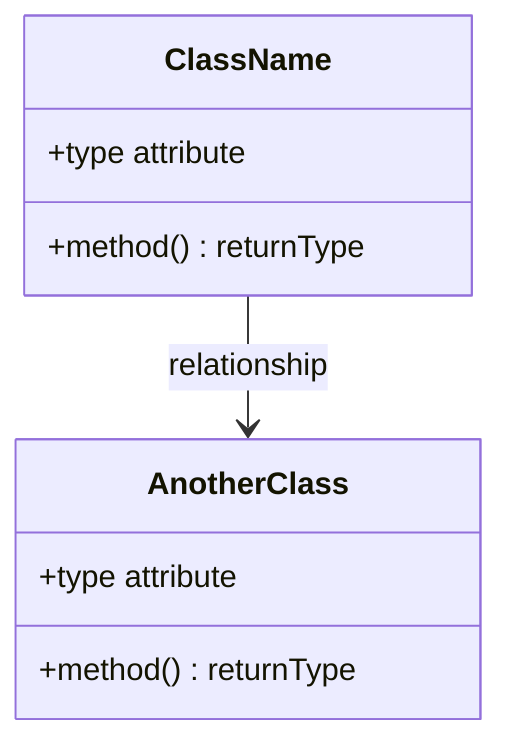
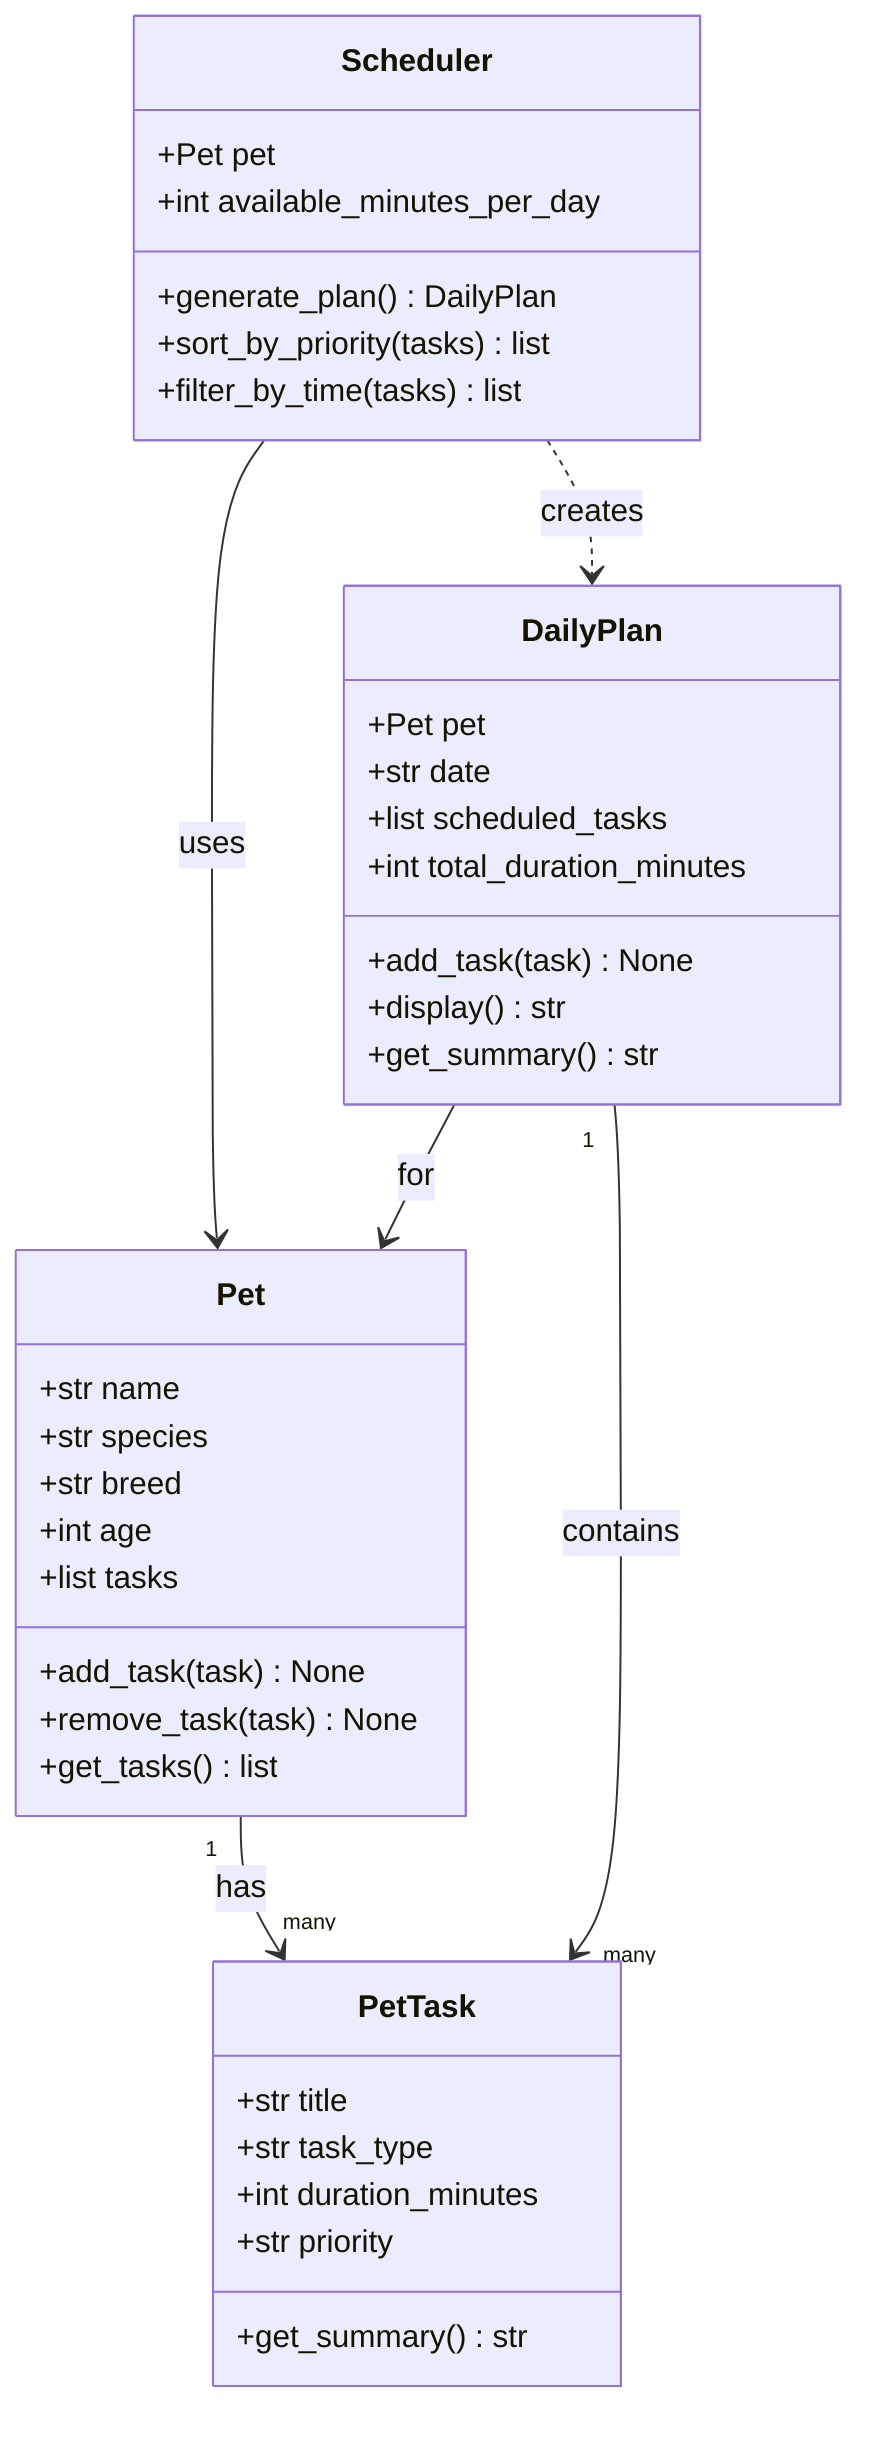
classDiagram
-     %% Replace the placeholders below with your actual classes, attributes, methods, and relationships.
-     %% Keep this file updated so it matches your final implementation.
- 
-     class ClassName {
-         +type attribute
-         +method() returnType
+     class Pet {
+         +str name
+         +str species
+         +str breed
+         +int age
+         +list tasks
+         +add_task(task) None
+         +remove_task(task) None
+         +get_tasks() list
    }

-     class AnotherClass {
-         +type attribute
-         +method() returnType
+     class PetTask {
+         +str title
+         +str task_type
+         +int duration_minutes
+         +str priority
+         +get_summary() str
    }

-     ClassName --> AnotherClass : relationship
+     class Scheduler {
+         +Pet pet
+         +int available_minutes_per_day
+         +generate_plan() DailyPlan
+         +sort_by_priority(tasks) list
+         +filter_by_time(tasks) list
+     }
+ 
+     class DailyPlan {
+         +Pet pet
+         +str date
+         +list scheduled_tasks
+         +int total_duration_minutes
+         +add_task(task) None
+         +display() str
+         +get_summary() str
+     }
+ 
+     Pet "1" --> "many" PetTask : has
+     Scheduler --> Pet : uses
+     Scheduler ..> DailyPlan : creates
+     DailyPlan --> Pet : for
+     DailyPlan "1" --> "many" PetTask : contains
